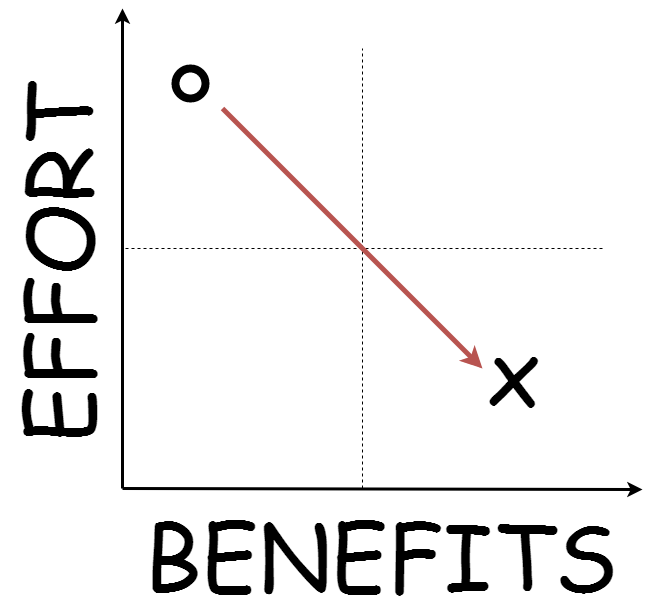
Earlier version of the draw.io export Chart.png (covaissvel/QA2QE_JS). Source tidied: cells renumbered, new cells last; positions are measured from the earlier drawing's top-left corner, leaving out a move shared by most shapes.
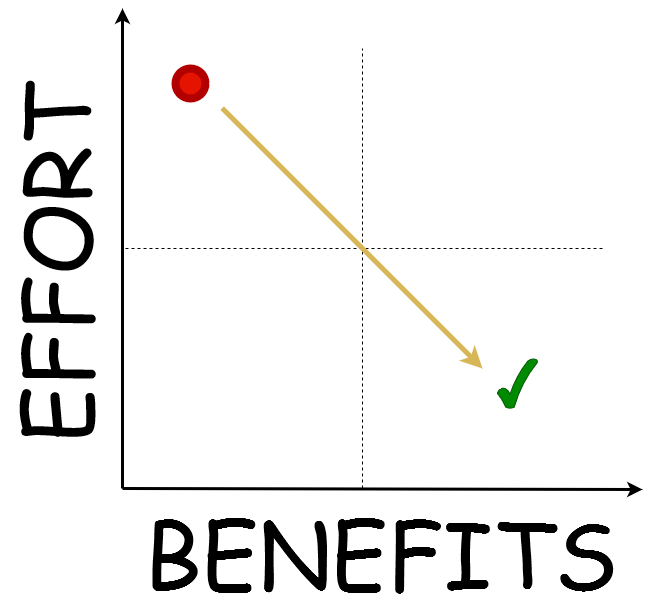
Above is the later version.

Diff of the diagram source:
```diff
@@ -32,17 +32,17 @@
         <mxPoint x="280" y="240" as="targetPoint" />
       </mxGeometry>
     </mxCell>
-    <mxCell id="8" style="ellipse;whiteSpace=wrap;html=1;fontFamily=Comic Sans MS;fontSize=91;fontStyle=1;strokeColor=#000000;strokeWidth=8;fillColor=#FFFFFF;" parent="1" vertex="1">
+    <mxCell id="8" style="ellipse;whiteSpace=wrap;html=1;fontFamily=Comic Sans MS;fontSize=91;fontStyle=1;strokeColor=#B20000;strokeWidth=8;fillColor=#e51400;fontColor=#ffffff;" parent="1" vertex="1">
       <mxGeometry x="333" y="60" width="30" height="30" as="geometry" />
     </mxCell>
-    <mxCell id="9" value="x" style="text;html=1;strokeColor=none;fillColor=none;align=center;verticalAlign=middle;whiteSpace=wrap;rounded=0;fontFamily=Comic Sans MS;fontSize=91;" parent="1" vertex="1">
-      <mxGeometry x="650" y="350" width="40" height="20" as="geometry" />
-    </mxCell>
-    <mxCell id="10" style="endArrow=classic;html=1;fontFamily=Comic Sans MS;fontSize=91;rounded=0;strokeWidth=5;fillColor=#f8cecc;strokeColor=#b85450;" parent="1" edge="1">
+    <mxCell id="10" style="endArrow=classic;html=1;fontFamily=Comic Sans MS;fontSize=91;strokeWidth=5;fillColor=#fff2cc;strokeColor=#d6b656;gradientColor=#ffd966;curved=1;" parent="1" edge="1">
       <mxGeometry relative="1" as="geometry">
         <mxPoint x="380" y="100" as="sourcePoint" />
         <mxPoint x="640" y="360" as="targetPoint" />
       </mxGeometry>
     </mxCell>
+    <mxCell id="11" style="verticalLabelPosition=bottom;verticalAlign=top;html=1;shape=mxgraph.basic.tick;fillColor=#008a00;strokeColor=#005700;fontColor=#ffffff;" parent="1" vertex="1">
+      <mxGeometry x="655" y="350" width="40" height="50" as="geometry" />
+    </mxCell>
   </root>
 </mxGraphModel>
```
